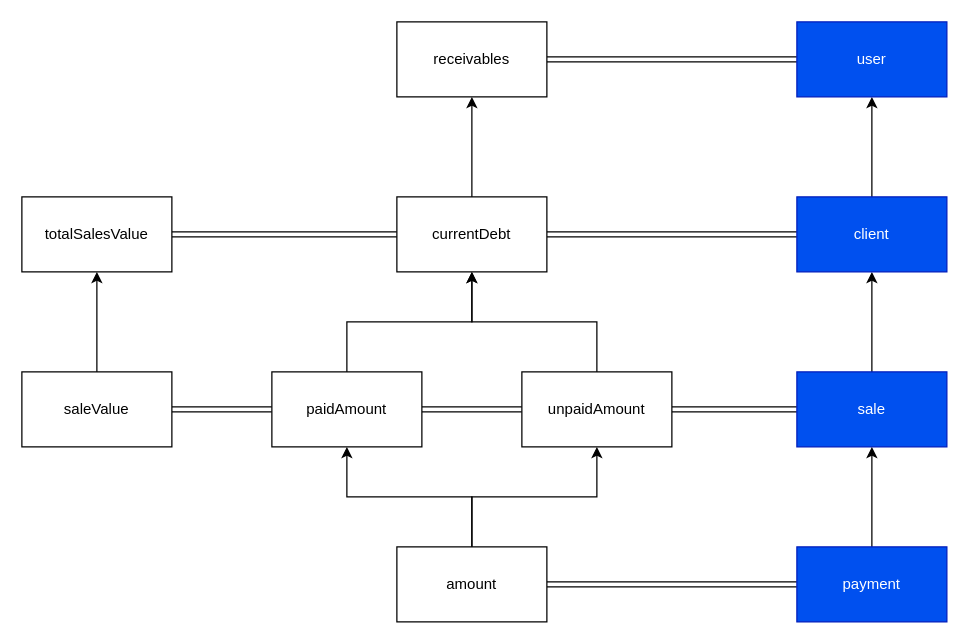
Earlier version of the draw.io diagram page "naming-conventions" (3 of 4) of schemas.drawio (GhostOrder28/my-finances). Source tidied: cells renumbered, new cells numbered last; positions are measured from the earlier drawing's top-left corner, leaving out a move shared by most shapes. Both pictures are drawn from the tidied source at 125%, with x=0, y=0 at pixel (21, 21).
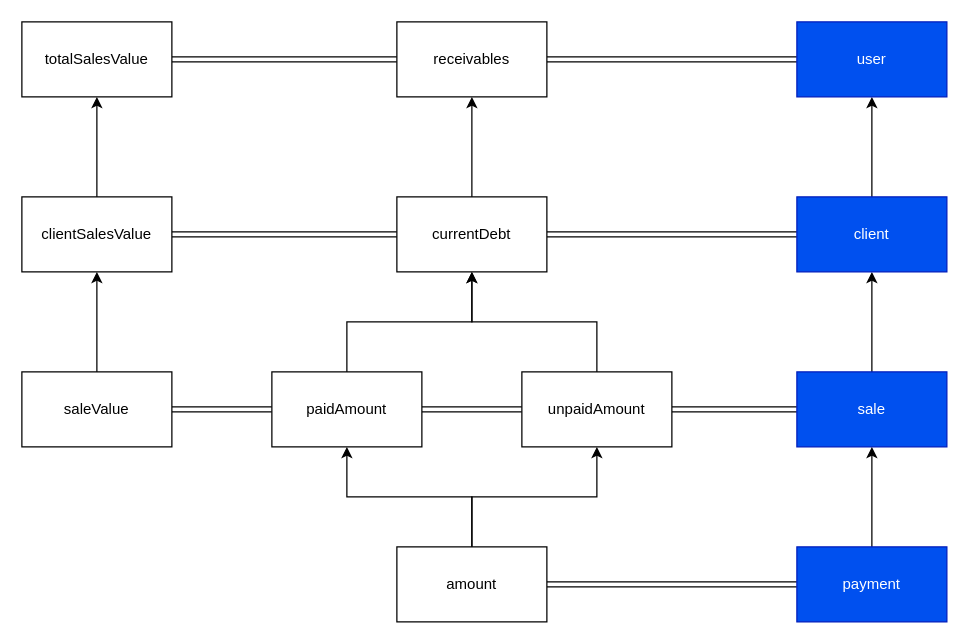
The same diagram, later.

The change refers to these unchanged cells:
```xml
<mxCell id="11" value="receivables" style="whiteSpace=wrap;html=1;rounded=0;" parent="1" vertex="1">
  <mxGeometry x="300" width="120" height="60" as="geometry" />
</mxCell>
```

Diff of the diagram source:
```diff
@@
+    <mxCell id="29" style="edgeStyle=orthogonalEdgeStyle;rounded=0;jettySize=auto;html=1;exitX=0;exitY=0.5;exitDx=0;exitDy=0;entryX=1;entryY=0.5;entryDx=0;entryDy=0;shape=link;" parent="1" edge="1" source="11" target="31">
+      <mxGeometry relative="1" as="geometry" />
+    </mxCell>
@@
+    <mxCell id="30" style="edgeStyle=orthogonalEdgeStyle;rounded=0;jettySize=auto;html=1;exitX=0.5;exitY=0;exitDx=0;exitDy=0;entryX=0.5;entryY=1;entryDx=0;entryDy=0;" parent="1" edge="1" source="28" target="31">
+      <mxGeometry relative="1" as="geometry" />
+    </mxCell>
-    <mxCell id="28" value="totalSalesValue" style="whiteSpace=wrap;html=1;rounded=0;" parent="1" vertex="1">
+    <mxCell id="28" value="clientSalesValue" style="whiteSpace=wrap;html=1;rounded=0;" parent="1" vertex="1">
       <mxGeometry y="140" width="120" height="60" as="geometry" />
     </mxCell>
+    <mxCell id="31" value="totalSalesValue" style="whiteSpace=wrap;html=1;rounded=0;" parent="1" vertex="1">
+      <mxGeometry width="120" height="60" as="geometry" />
+    </mxCell>
```
